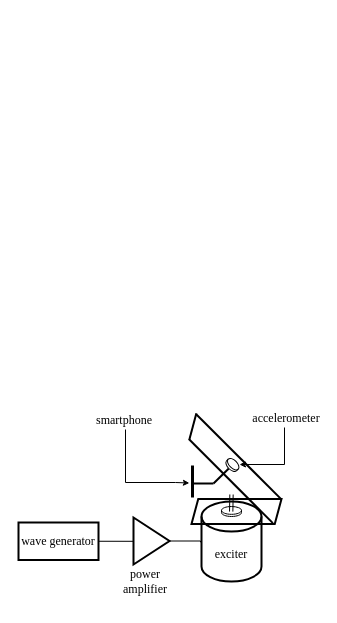
Before: wave generator.drawio in qyu38/DL-paper, a draw.io diagram. Source tidied: cells renumbered, new cells numbered last; positions are measured from the earlier drawing's top-left corner, leaving out a move shared by most shapes. Both pictures are drawn from the tidied source at 100%, with x=0, y=0 at pixel (18, 410).
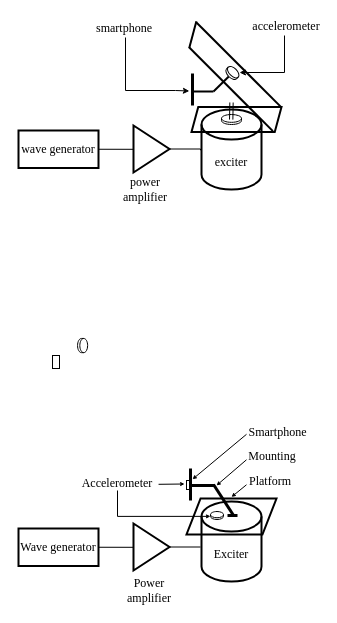
After the change.

The edit, as a diff of the source:
```diff
@@
+    <mxCell id="6" value="Exciter" style="shape=cylinder3;whiteSpace=wrap;html=1;boundedLbl=1;backgroundOutline=1;size=15;fontFamily=Times New Roman;strokeWidth=2;" parent="1" vertex="1">
+      <mxGeometry x="183" y="91" width="60" height="80" as="geometry" />
+    </mxCell>
+    <mxCell id="10" style="shape=parallelogram;html=1;strokeWidth=2;perimeter=parallelogramPerimeter;whiteSpace=wrap;rounded=1;arcSize=0;size=0.15620162135870902;fillColor=none;" parent="1" vertex="1">
+      <mxGeometry x="168" y="88" width="90" height="36" as="geometry" />
+    </mxCell>
@@
-    <mxCell id="3" value="wave generator" style="rounded=0;whiteSpace=wrap;html=1;fontFamily=Times New Roman;strokeWidth=2;" parent="1" vertex="1">
-      <mxGeometry y="112" width="80" height="37.5" as="geometry" />
+    <mxCell id="3" value="Wave generator" style="rounded=0;whiteSpace=wrap;html=1;fontFamily=Times New Roman;strokeWidth=2;" parent="1" vertex="1">
+      <mxGeometry y="118" width="80" height="37.5" as="geometry" />
     </mxCell>
-    <mxCell id="4" style="edgeStyle=orthogonalEdgeStyle;rounded=0;jettySize=auto;html=1;exitX=1;exitY=0.5;exitDx=0;exitDy=0;endArrow=none;endFill=0;" parent="1" edge="1" source="5">
-      <mxGeometry relative="1" as="geometry">
-        <mxPoint x="213" y="131" as="targetPoint" />
-      </mxGeometry>
-    </mxCell>
     <mxCell id="5" style="triangle;whiteSpace=wrap;html=1;fontSize=12;strokeWidth=2;" parent="1" vertex="1">
-      <mxGeometry x="115" y="107" width="36" height="47" as="geometry" />
+      <mxGeometry x="115" y="113" width="36" height="47" as="geometry" />
     </mxCell>
-    <mxCell id="6" value="exciter" style="shape=cylinder3;whiteSpace=wrap;html=1;boundedLbl=1;backgroundOutline=1;size=15;fontFamily=Times New Roman;strokeWidth=2;" parent="1" vertex="1">
-      <mxGeometry x="183" y="91" width="60" height="80" as="geometry" />
-    </mxCell>
-    <mxCell id="7" value="power amplifier" style="text;strokeColor=none;align=center;fillColor=none;html=1;verticalAlign=middle;whiteSpace=wrap;rounded=0;fontFamily=Times New Roman;" parent="1" vertex="1">
-      <mxGeometry x="97" y="156" width="60" height="30" as="geometry" />
+    <mxCell id="7" value="Power amplifier" style="text;strokeColor=none;align=center;fillColor=none;html=1;verticalAlign=middle;whiteSpace=wrap;rounded=0;fontFamily=Times New Roman;" parent="1" vertex="1">
+      <mxGeometry x="101" y="165" width="60" height="30" as="geometry" />
     </mxCell>
-    <mxCell id="8" style="shape=cylinder3;whiteSpace=wrap;html=1;boundedLbl=1;backgroundOutline=1;size=3.915486080545861;" parent="1" vertex="1">
-      <mxGeometry x="203" y="96" width="20" height="10" as="geometry" />
+    <mxCell id="8" style="shape=cylinder3;whiteSpace=wrap;html=1;boundedLbl=1;backgroundOutline=1;size=3.1264171381108667;" parent="1" vertex="1">
+      <mxGeometry x="192" y="101" width="13" height="8" as="geometry" />
     </mxCell>
-    <mxCell id="9" style="endArrow=none;html=1;rounded=0;shape=link;width=3.333333333333332;exitX=0.486;exitY=0.209;exitDx=0;exitDy=0;exitPerimeter=0;" parent="1" edge="1">
-      <mxGeometry relative="1" as="geometry">
-        <mxPoint x="212.7" y="101.1" as="sourcePoint" />
-        <mxPoint x="213" y="84" as="targetPoint" />
-      </mxGeometry>
-    </mxCell>
-    <mxCell id="10" style="shape=parallelogram;html=1;strokeWidth=2;perimeter=parallelogramPerimeter;whiteSpace=wrap;rounded=1;arcSize=0;size=0.07500000000000086;fillColor=none;" parent="1" vertex="1">
-      <mxGeometry x="173" y="88.5" width="90" height="25" as="geometry" />
-    </mxCell>
-    <mxCell id="11" style="line;strokeWidth=2;html=1;rotation=45;" parent="1" vertex="1">
-      <mxGeometry x="160.4" y="40.8" width="119.8" height="11" as="geometry" />
-    </mxCell>
-    <mxCell id="12" style="line;strokeWidth=2;html=1;rotation=45;" parent="1" vertex="1">
-      <mxGeometry x="152.9" y="65.6" width="118.9" height="10" as="geometry" />
-    </mxCell>
-    <mxCell id="13" style="line;strokeWidth=2;html=1;rotation=-75;" parent="1" vertex="1">
-      <mxGeometry x="160.7" y="11" width="27.3" height="10" as="geometry" />
-    </mxCell>
-    <mxCell id="14" style="endArrow=none;html=1;rounded=0;" parent="1" edge="1" source="18">
-      <mxGeometry relative="1" as="geometry">
-        <mxPoint x="215" y="53" as="targetPoint" />
-      </mxGeometry>
-    </mxCell>
-    <mxCell id="15" style="endArrow=none;html=1;rounded=0;strokeWidth=2;" parent="1" edge="1">
+    <mxCell id="15" style="endArrow=none;html=1;rounded=0;strokeWidth=3;" parent="1" edge="1">
       <mxGeometry relative="1" as="geometry">
-        <mxPoint x="175" y="73" as="sourcePoint" />
-        <mxPoint x="195" y="73" as="targetPoint" />
+        <mxPoint x="173" y="75" as="sourcePoint" />
+        <mxPoint x="196" y="75" as="targetPoint" />
       </mxGeometry>
     </mxCell>
     <mxCell id="16" style="line;strokeWidth=3;direction=south;html=1;" parent="1" vertex="1">
-      <mxGeometry x="169" y="55" width="10" height="32" as="geometry" />
+      <mxGeometry x="167" y="58" width="10" height="32" as="geometry" />
     </mxCell>
-    <mxCell id="17" style="endArrow=none;html=1;rounded=0;strokeWidth=2;" parent="1" edge="1" target="18">
+    <mxCell id="17" style="endArrow=none;html=1;rounded=0;strokeWidth=3;" parent="1" edge="1">
       <mxGeometry relative="1" as="geometry">
-        <mxPoint x="195" y="73" as="sourcePoint" />
+        <mxPoint x="195" y="74" as="sourcePoint" />
+        <mxPoint x="215.1" y="105" as="targetPoint" />
       </mxGeometry>
     </mxCell>
-    <mxCell id="18" style="shape=cylinder3;whiteSpace=wrap;html=1;boundedLbl=1;backgroundOutline=1;size=3.915486080545861;rotation=45;" parent="1" vertex="1">
-      <mxGeometry x="206.8" y="49.4" width="14.2" height="10.1" as="geometry" />
+    <mxCell id="18" style="shape=cylinder3;whiteSpace=wrap;html=1;boundedLbl=1;backgroundOutline=1;size=3.915486080545861;rotation=90;" parent="1" vertex="1">
+      <mxGeometry x="57" y="-70" width="14.2" height="10.1" as="geometry" />
     </mxCell>
-    <mxCell id="19" style="edgeStyle=orthogonalEdgeStyle;rounded=0;orthogonalLoop=1;jettySize=auto;html=1;exitX=0.5;exitY=1;exitDx=0;exitDy=0;endSize=4;endArrow=classic;endFill=1;" parent="1" edge="1">
-      <mxGeometry relative="1" as="geometry">
-        <mxPoint x="266" y="17" as="sourcePoint" />
-        <mxPoint x="221" y="54" as="targetPoint" />
-        <Array as="points">
-          <mxPoint x="266" y="54" />
-          <mxPoint x="225" y="54" />
-        </Array>
-      </mxGeometry>
-    </mxCell>
+    <mxCell id="23" style="rounded=0;jettySize=auto;html=1;exitX=1.055;exitY=0.587;exitDx=0;exitDy=0;exitPerimeter=0;endSize=2;" parent="1" edge="1" source="20">
+      <mxGeometry relative="1" as="geometry">
+        <mxPoint x="166.1" y="73.5" as="targetPoint" />
+      </mxGeometry>
+    </mxCell>
-    <mxCell id="20" value="accelerometer" style="text;strokeColor=none;align=center;fillColor=none;html=1;verticalAlign=middle;whiteSpace=wrap;rounded=0;fontFamily=Times New Roman;" parent="1" vertex="1">
-      <mxGeometry x="242" width="52" height="15" as="geometry" />
+    <mxCell id="20" value="Accelerometer" style="text;strokeColor=none;align=center;fillColor=none;html=1;verticalAlign=middle;whiteSpace=wrap;rounded=0;fontFamily=Times New Roman;" parent="1" vertex="1">
+      <mxGeometry x="62" y="65" width="74" height="15" as="geometry" />
     </mxCell>
-    <mxCell id="21" style="edgeStyle=orthogonalEdgeStyle;rounded=0;orthogonalLoop=1;jettySize=auto;html=1;entryX=0.609;entryY=0.511;entryDx=0;entryDy=0;entryPerimeter=0;endSize=4;endArrow=classic;endFill=1;" parent="1" edge="1">
-      <mxGeometry relative="1" as="geometry">
-        <mxPoint x="107" y="19" as="sourcePoint" />
-        <mxPoint x="170.9" y="72.5" as="targetPoint" />
-        <Array as="points">
-          <mxPoint x="107" y="72" />
-          <mxPoint x="157" y="72" />
-        </Array>
-      </mxGeometry>
-    </mxCell>
-    <mxCell id="22" value="&lt;font face=&quot;Times New Roman&quot;&gt;smartphone&lt;/font&gt;" style="text;strokeColor=none;align=center;fillColor=none;html=1;verticalAlign=middle;whiteSpace=wrap;rounded=0;" parent="1" vertex="1">
-      <mxGeometry x="80" y="2" width="52" height="15" as="geometry" />
+    <mxCell id="22" value="&lt;font face=&quot;Times New Roman&quot;&gt;Smartphone&lt;/font&gt;" style="text;strokeColor=none;align=center;fillColor=none;html=1;verticalAlign=middle;whiteSpace=wrap;rounded=0;" parent="1" vertex="1">
+      <mxGeometry x="229" y="15" width="61" height="13" as="geometry" />
     </mxCell>
+    <mxCell id="24" style="edgeStyle=orthogonalEdgeStyle;rounded=0;jettySize=auto;html=1;exitX=1;exitY=0.5;exitDx=0;exitDy=0;entryX=0;entryY=0.5;entryDx=0;entryDy=0;endArrow=none;endFill=0;" parent="1" edge="1" source="25" target="27">
+      <mxGeometry relative="1" as="geometry" />
+    </mxCell>
+    <mxCell id="25" value="wave generator" style="rounded=0;whiteSpace=wrap;html=1;fontFamily=Times New Roman;strokeWidth=2;" parent="1" vertex="1">
+      <mxGeometry y="-280" width="80" height="37.5" as="geometry" />
+    </mxCell>
+    <mxCell id="26" style="edgeStyle=orthogonalEdgeStyle;rounded=0;jettySize=auto;html=1;exitX=1;exitY=0.5;exitDx=0;exitDy=0;endArrow=none;endFill=0;" parent="1" edge="1" source="27">
+      <mxGeometry relative="1" as="geometry">
+        <mxPoint x="213" y="-261" as="targetPoint" />
+      </mxGeometry>
+    </mxCell>
+    <mxCell id="27" style="triangle;whiteSpace=wrap;html=1;fontSize=12;strokeWidth=2;" parent="1" vertex="1">
+      <mxGeometry x="115" y="-285" width="36" height="47" as="geometry" />
+    </mxCell>
+    <mxCell id="28" value="exciter" style="shape=cylinder3;whiteSpace=wrap;html=1;boundedLbl=1;backgroundOutline=1;size=15;fontFamily=Times New Roman;strokeWidth=2;" parent="1" vertex="1">
+      <mxGeometry x="183" y="-301" width="60" height="80" as="geometry" />
+    </mxCell>
+    <mxCell id="29" value="power amplifier" style="text;strokeColor=none;align=center;fillColor=none;html=1;verticalAlign=middle;whiteSpace=wrap;rounded=0;fontFamily=Times New Roman;" parent="1" vertex="1">
+      <mxGeometry x="97" y="-236" width="60" height="30" as="geometry" />
+    </mxCell>
+    <mxCell id="30" style="shape=cylinder3;whiteSpace=wrap;html=1;boundedLbl=1;backgroundOutline=1;size=3.915486080545861;" parent="1" vertex="1">
+      <mxGeometry x="203" y="-296" width="20" height="10" as="geometry" />
+    </mxCell>
+    <mxCell id="31" style="endArrow=none;html=1;rounded=0;shape=link;width=3.333333333333332;exitX=0.486;exitY=0.209;exitDx=0;exitDy=0;exitPerimeter=0;" parent="1" edge="1">
+      <mxGeometry relative="1" as="geometry">
+        <mxPoint x="212.7" y="-290.9" as="sourcePoint" />
+        <mxPoint x="213" y="-308" as="targetPoint" />
+      </mxGeometry>
+    </mxCell>
+    <mxCell id="32" style="shape=parallelogram;html=1;strokeWidth=2;perimeter=parallelogramPerimeter;whiteSpace=wrap;rounded=1;arcSize=0;size=0.07500000000000086;fillColor=none;" parent="1" vertex="1">
+      <mxGeometry x="173" y="-303.5" width="90" height="25" as="geometry" />
+    </mxCell>
+    <mxCell id="33" style="line;strokeWidth=2;html=1;rotation=45;" parent="1" vertex="1">
+      <mxGeometry x="160.4" y="-351.2" width="119.8" height="11" as="geometry" />
+    </mxCell>
+    <mxCell id="34" style="line;strokeWidth=2;html=1;rotation=45;" parent="1" vertex="1">
+      <mxGeometry x="152.9" y="-326.4" width="118.9" height="10" as="geometry" />
+    </mxCell>
+    <mxCell id="35" style="line;strokeWidth=2;html=1;rotation=-75;" parent="1" vertex="1">
+      <mxGeometry x="160.7" y="-381" width="27.3" height="10" as="geometry" />
+    </mxCell>
+    <mxCell id="36" style="endArrow=none;html=1;rounded=0;" parent="1" edge="1" source="40">
+      <mxGeometry relative="1" as="geometry">
+        <mxPoint x="215" y="-339" as="targetPoint" />
+      </mxGeometry>
+    </mxCell>
+    <mxCell id="37" style="endArrow=none;html=1;rounded=0;strokeWidth=2;" parent="1" edge="1">
+      <mxGeometry relative="1" as="geometry">
+        <mxPoint x="175" y="-319" as="sourcePoint" />
+        <mxPoint x="195" y="-319" as="targetPoint" />
+      </mxGeometry>
+    </mxCell>
+    <mxCell id="38" style="line;strokeWidth=3;direction=south;html=1;" parent="1" vertex="1">
+      <mxGeometry x="169" y="-337" width="10" height="32" as="geometry" />
+    </mxCell>
+    <mxCell id="39" style="endArrow=none;html=1;rounded=0;strokeWidth=2;" parent="1" edge="1" target="40">
+      <mxGeometry relative="1" as="geometry">
+        <mxPoint x="195" y="-319" as="sourcePoint" />
+      </mxGeometry>
+    </mxCell>
+    <mxCell id="40" style="shape=cylinder3;whiteSpace=wrap;html=1;boundedLbl=1;backgroundOutline=1;size=3.915486080545861;rotation=45;" parent="1" vertex="1">
+      <mxGeometry x="206.8" y="-342.6" width="14.2" height="10.1" as="geometry" />
+    </mxCell>
+    <mxCell id="41" style="edgeStyle=orthogonalEdgeStyle;rounded=0;orthogonalLoop=1;jettySize=auto;html=1;exitX=0.5;exitY=1;exitDx=0;exitDy=0;endSize=4;endArrow=classic;endFill=1;" parent="1" edge="1">
+      <mxGeometry relative="1" as="geometry">
+        <mxPoint x="266" y="-375" as="sourcePoint" />
+        <mxPoint x="221" y="-338" as="targetPoint" />
+        <Array as="points">
+          <mxPoint x="266" y="-338" />
+          <mxPoint x="225" y="-338" />
+        </Array>
+      </mxGeometry>
+    </mxCell>
+    <mxCell id="42" value="accelerometer" style="text;strokeColor=none;align=center;fillColor=none;html=1;verticalAlign=middle;whiteSpace=wrap;rounded=0;fontFamily=Times New Roman;" parent="1" vertex="1">
+      <mxGeometry x="242" y="-392" width="52" height="15" as="geometry" />
+    </mxCell>
+    <mxCell id="43" style="edgeStyle=orthogonalEdgeStyle;rounded=0;orthogonalLoop=1;jettySize=auto;html=1;entryX=0.609;entryY=0.511;entryDx=0;entryDy=0;entryPerimeter=0;endSize=4;endArrow=classic;endFill=1;" parent="1" edge="1">
+      <mxGeometry relative="1" as="geometry">
+        <mxPoint x="107" y="-373" as="sourcePoint" />
+        <mxPoint x="170.9" y="-319.5" as="targetPoint" />
+        <Array as="points">
+          <mxPoint x="107" y="-320" />
+          <mxPoint x="157" y="-320" />
+        </Array>
+      </mxGeometry>
+    </mxCell>
+    <mxCell id="44" value="&lt;font face=&quot;Times New Roman&quot;&gt;smartphone&lt;/font&gt;" style="text;strokeColor=none;align=center;fillColor=none;html=1;verticalAlign=middle;whiteSpace=wrap;rounded=0;" parent="1" vertex="1">
+      <mxGeometry x="80" y="-390" width="52" height="15" as="geometry" />
+    </mxCell>
+    <mxCell id="45" style="rounded=0;whiteSpace=wrap;html=1;" parent="1" vertex="1">
+      <mxGeometry x="34" y="-55" width="7" height="13" as="geometry" />
+    </mxCell>
+    <mxCell id="46" style="rounded=0;whiteSpace=wrap;html=1;" parent="1" vertex="1">
+      <mxGeometry x="168" y="70" width="3" height="9" as="geometry" />
+    </mxCell>
+    <mxCell id="47" value="&lt;font face=&quot;Times New Roman&quot;&gt;Mounting&lt;/font&gt;" style="text;strokeColor=none;align=center;fillColor=none;html=1;verticalAlign=middle;whiteSpace=wrap;rounded=0;" parent="1" vertex="1">
+      <mxGeometry x="228" y="38" width="52" height="15" as="geometry" />
+    </mxCell>
+    <mxCell id="48" style="rounded=0;orthogonalLoop=1;jettySize=auto;html=1;exitX=0;exitY=0.75;exitDx=0;exitDy=0;endSize=2;" parent="1" edge="1">
+      <mxGeometry relative="1" as="geometry">
+        <mxPoint x="228" y="23.8" as="sourcePoint" />
+        <mxPoint x="174" y="68.8" as="targetPoint" />
+      </mxGeometry>
+    </mxCell>
+    <mxCell id="49" style="rounded=0;jettySize=auto;html=1;exitX=0;exitY=0.75;exitDx=0;exitDy=0;endSize=2;" parent="1" edge="1" source="47">
+      <mxGeometry relative="1" as="geometry">
+        <mxPoint x="198" y="75" as="targetPoint" />
+      </mxGeometry>
+    </mxCell>
+    <mxCell id="50" style="edgeStyle=orthogonalEdgeStyle;rounded=0;jettySize=auto;html=1;entryX=0;entryY=1;entryDx=0;entryDy=-3.1264171381108667;entryPerimeter=0;exitX=0.5;exitY=1;exitDx=0;exitDy=0;endSize=2;" parent="1" edge="1" source="20" target="8">
+      <mxGeometry relative="1" as="geometry" />
+    </mxCell>
+    <mxCell id="51" style="edgeStyle=orthogonalEdgeStyle;rounded=0;jettySize=auto;html=1;exitX=1;exitY=0.5;exitDx=0;exitDy=0;endArrow=none;endFill=0;entryX=-0.017;entryY=0.575;entryDx=0;entryDy=0;entryPerimeter=0;" parent="1" edge="1" source="5" target="6">
+      <mxGeometry relative="1" as="geometry" />
+    </mxCell>
+    <mxCell id="52" style="endArrow=none;html=1;rounded=0;strokeWidth=3;" parent="1" edge="1">
+      <mxGeometry relative="1" as="geometry">
+        <mxPoint x="209" y="105" as="sourcePoint" />
+        <mxPoint x="219" y="105" as="targetPoint" />
+      </mxGeometry>
+    </mxCell>
+    <mxCell id="53" value="&lt;font face=&quot;Times New Roman&quot;&gt;Platform&lt;/font&gt;" style="text;strokeColor=none;align=center;fillColor=none;html=1;verticalAlign=middle;whiteSpace=wrap;rounded=0;" parent="1" vertex="1">
+      <mxGeometry x="228" y="63" width="48" height="15" as="geometry" />
+    </mxCell>
+    <mxCell id="54" style="rounded=0;jettySize=auto;html=1;entryX=0;entryY=0.5;entryDx=0;entryDy=0;entryPerimeter=0;exitX=0;exitY=0.75;exitDx=0;exitDy=0;endSize=2;" parent="1" edge="1" source="53">
+      <mxGeometry relative="1" as="geometry">
+        <mxPoint x="213" y="86.5" as="targetPoint" />
+      </mxGeometry>
+    </mxCell>
```
